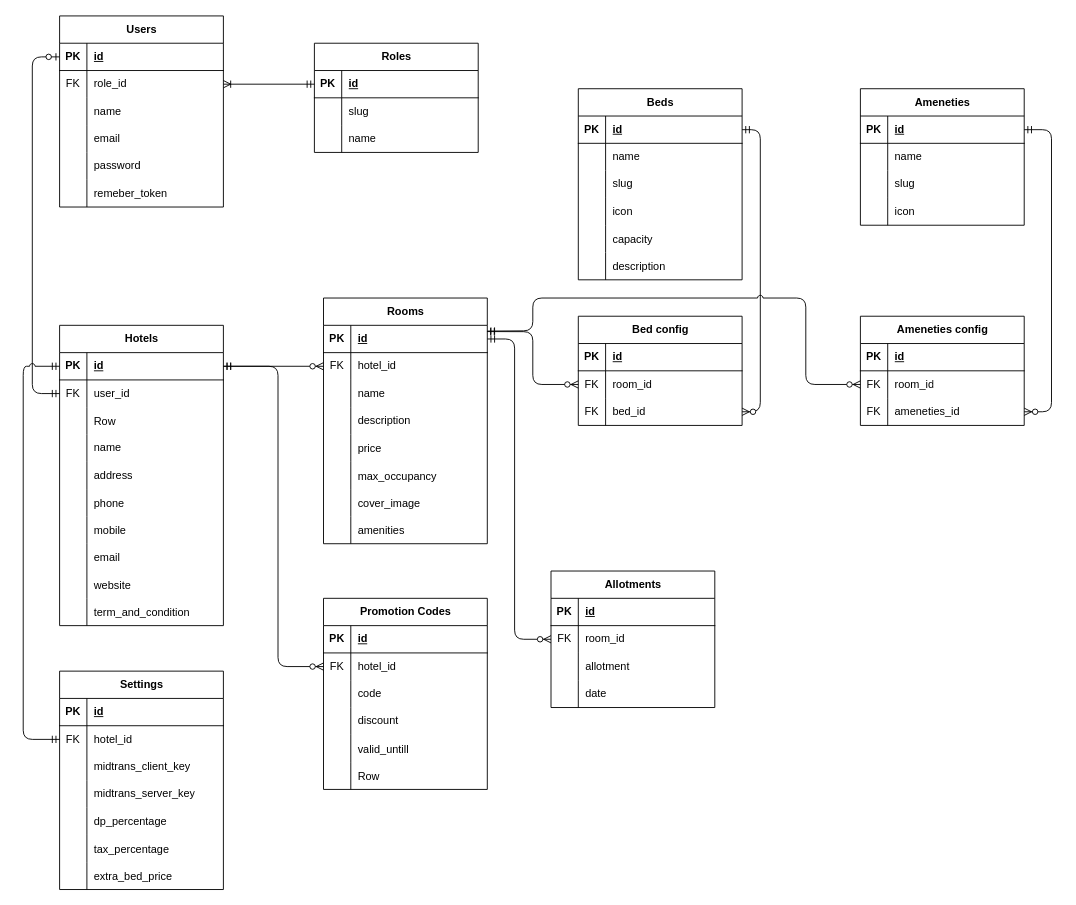
This is diagram.drawio from Hans-Star18/ta-booking-system, a draw.io file, before an edit. Source tidied: cells renumbered, new cells numbered last; positions are measured from the earlier drawing's top-left corner, leaving out a move shared by most shapes. Both pictures are drawn from the tidied source at 91%, with x=0, y=0 at pixel (23, 15).
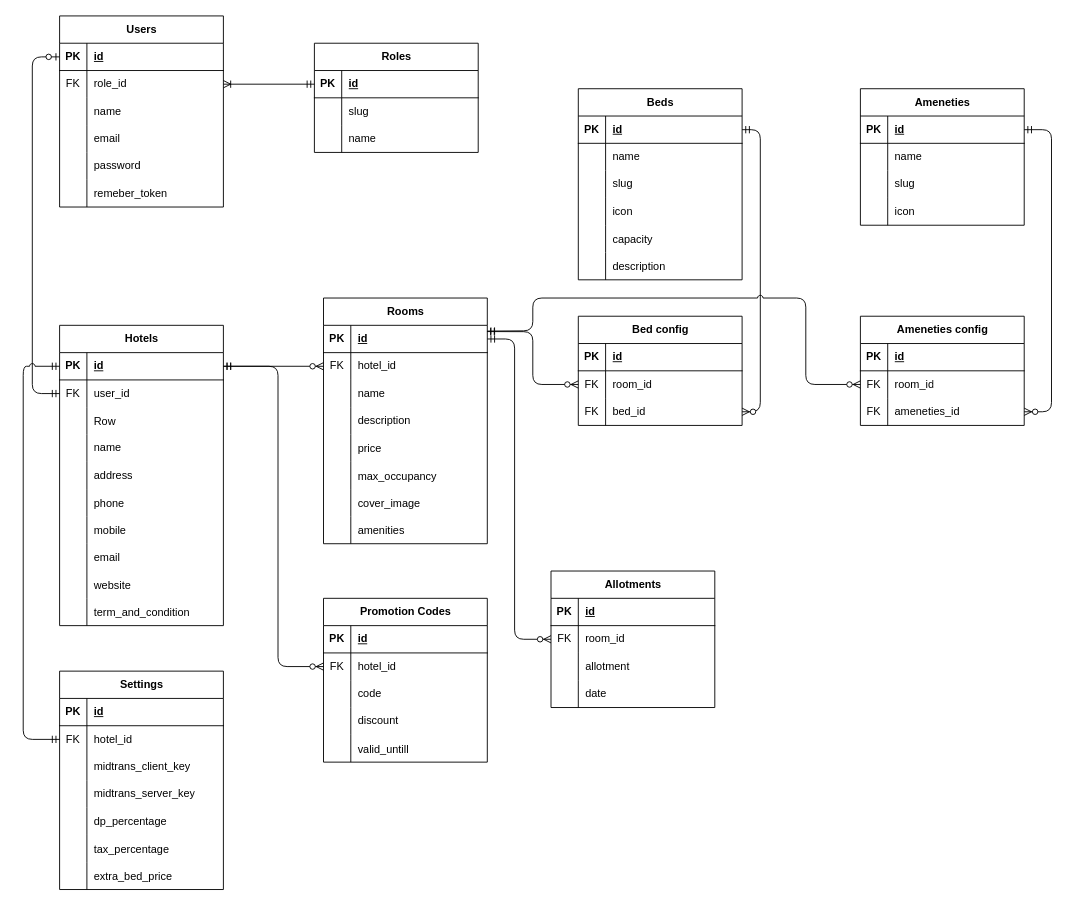
The same diagram, later.

Change to the diagram source:
```diff
@@
     <mxCell id="183" value="Promotion Codes" style="shape=table;startSize=30;childLayout=tableLayout;rowLines=0;fontStyle=1;align=center;html=1;" parent="1" vertex="1">
-      <mxGeometry x="330" y="640" width="180" height="210" as="geometry" />
+      <mxGeometry x="330" y="640" width="180" height="180" as="geometry" />
     </mxCell>
@@
-    <mxCell id="199" style="shape=tableRow;horizontal=0;startSize=0;swimlaneHead=0;swimlaneBody=0;fillColor=none;top=0;left=0;right=0;bottom=0;" parent="183" vertex="1">
-      <mxGeometry y="180" width="180" height="30" as="geometry" />
-    </mxCell>
-    <mxCell id="200" style="shape=partialRectangle;fillColor=none;top=0;left=0;bottom=0;right=0;overflow=hidden;" parent="199" vertex="1">
-      <mxGeometry width="30" height="30" as="geometry" />
-    </mxCell>
-    <mxCell id="201" value="Row" style="shape=partialRectangle;fillColor=none;top=0;left=0;bottom=0;right=0;align=left;spacingLeft=6;overflow=hidden;" parent="199" vertex="1">
-      <mxGeometry x="30" width="150" height="30" as="geometry" />
-    </mxCell>
```
